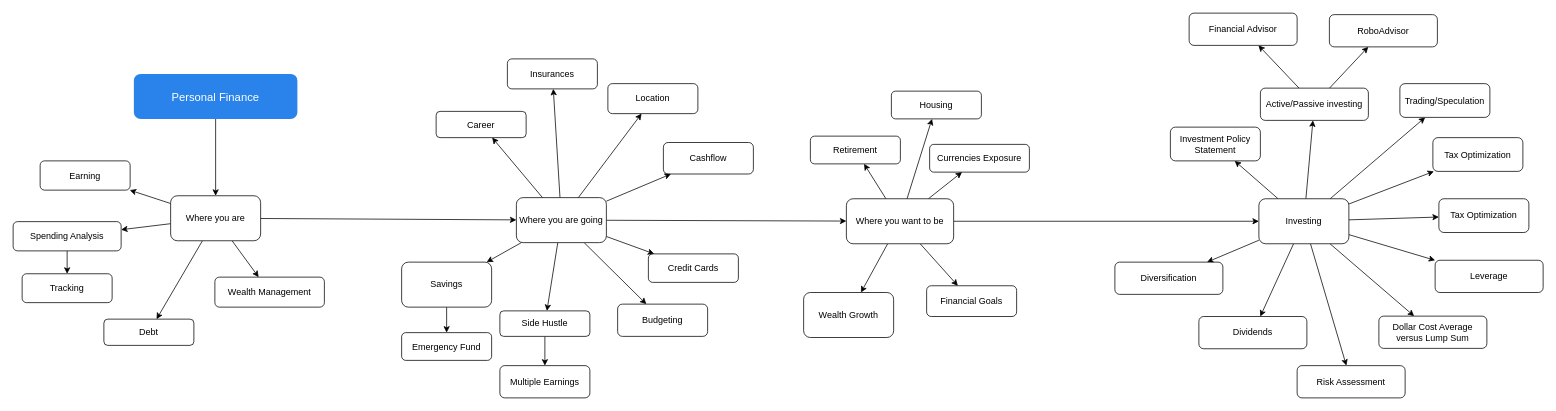
alfonsograziano/personal-blog keeps this draw.io diagram as page "Personal Finance" (3 of 4) of Wellbeing.drawio. Above is the earlier version. Source tidied: cells renumbered, new cells numbered last; positions are measured from the earlier drawing's top-left corner, leaving out a move shared by most shapes. Both pictures are drawn from the tidied source at 75%, with x=0, y=0 at pixel (13, 13).
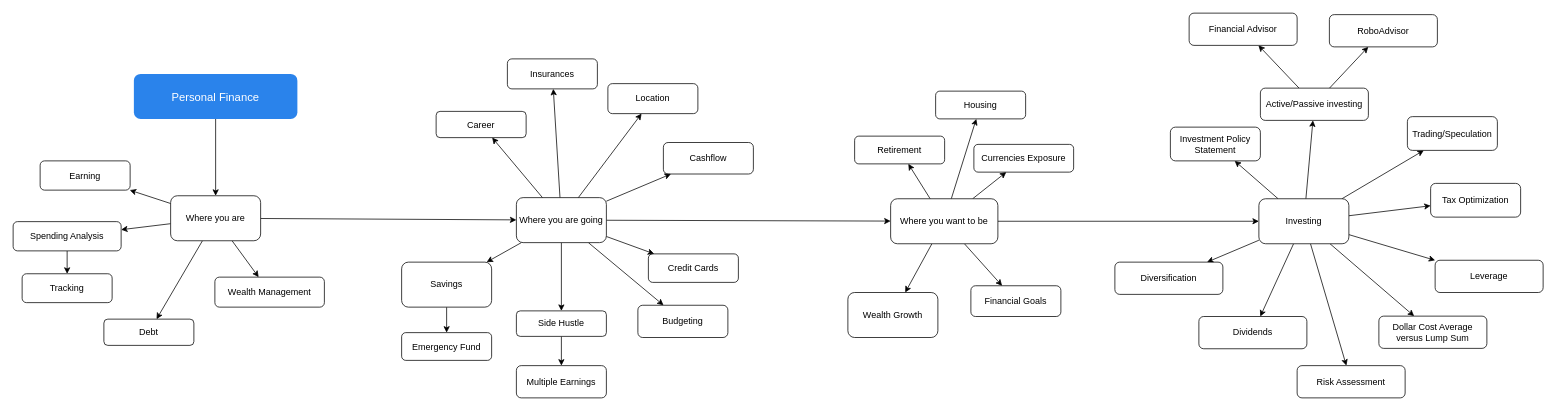
The same page after the edit.

The change refers to these unchanged cells:
```xml
<mxCell id="60" value="Investing" style="rounded=1;whiteSpace=wrap;html=1;" parent="1" vertex="1">
  <mxGeometry x="1661" y="247.5" width="120" height="60" as="geometry" />
</mxCell>
```

Change to the diagram source:
```diff
@@
     <mxCell id="4" value="Budgeting" style="rounded=1;whiteSpace=wrap;html=1;" parent="1" vertex="1">
-      <mxGeometry x="806" y="388" width="120" height="43" as="geometry" />
+      <mxGeometry x="833" y="389.5" width="120" height="43" as="geometry" />
     </mxCell>
@@
     <mxCell id="12" value="Financial Goals" style="rounded=1;whiteSpace=wrap;html=1;" parent="1" vertex="1">
-      <mxGeometry x="1218" y="363.5" width="120" height="41" as="geometry" />
+      <mxGeometry x="1277" y="363.5" width="120" height="41" as="geometry" />
     </mxCell>
     <mxCell id="13" value="Housing" style="rounded=1;whiteSpace=wrap;html=1;" parent="1" vertex="1">
-      <mxGeometry x="1171" y="104" width="120" height="37" as="geometry" />
+      <mxGeometry x="1230" y="104" width="120" height="37" as="geometry" />
     </mxCell>
     <mxCell id="14" value="Retirement" style="rounded=1;whiteSpace=wrap;html=1;" parent="1" vertex="1">
-      <mxGeometry x="1063" y="164" width="120" height="37" as="geometry" />
+      <mxGeometry x="1122" y="164" width="120" height="37" as="geometry" />
     </mxCell>
@@
     <mxCell id="16" value="Currencies Exposure" style="rounded=1;whiteSpace=wrap;html=1;" parent="1" vertex="1">
-      <mxGeometry x="1222" y="175" width="133" height="37" as="geometry" />
+      <mxGeometry x="1281" y="175" width="133" height="37" as="geometry" />
     </mxCell>
@@
     <mxCell id="19" value="Wealth Growth" style="rounded=1;whiteSpace=wrap;html=1;" parent="1" vertex="1">
-      <mxGeometry x="1054" y="372.5" width="120" height="60" as="geometry" />
+      <mxGeometry x="1113" y="372.5" width="120" height="60" as="geometry" />
     </mxCell>
@@
     <mxCell id="21" value="Side Hustle" style="rounded=1;whiteSpace=wrap;html=1;" parent="1" vertex="1">
-      <mxGeometry x="649" y="397" width="120" height="34" as="geometry" />
+      <mxGeometry x="671" y="397" width="120" height="34" as="geometry" />
     </mxCell>
@@
     <mxCell id="45" value="Where you want to be" style="rounded=1;whiteSpace=wrap;html=1;" parent="1" vertex="1">
-      <mxGeometry x="1111" y="247.5" width="143" height="60" as="geometry" />
+      <mxGeometry x="1170" y="247.5" width="143" height="60" as="geometry" />
     </mxCell>
@@
     <mxCell id="49" value="Multiple Earnings" style="rounded=1;whiteSpace=wrap;html=1;" parent="1" vertex="1">
-      <mxGeometry x="649" y="470" width="120" height="43" as="geometry" />
+      <mxGeometry x="671" y="470" width="120" height="43" as="geometry" />
     </mxCell>
@@
-    <mxCell id="55" style="edgeStyle=none;rounded=0;jettySize=auto;html=1;" parent="1" edge="1" source="60" target="70">
-      <mxGeometry relative="1" as="geometry" />
-    </mxCell>
@@
     <mxCell id="64" value="Trading/Speculation" style="rounded=1;whiteSpace=wrap;html=1;" parent="1" vertex="1">
-      <mxGeometry x="1849" y="94" width="120" height="45" as="geometry" />
+      <mxGeometry x="1859" y="138" width="120" height="45" as="geometry" />
     </mxCell>
@@
     <mxCell id="69" value="Tax Optimization" style="rounded=1;whiteSpace=wrap;html=1;" parent="1" vertex="1">
-      <mxGeometry x="1893" y="166" width="120" height="45" as="geometry" />
+      <mxGeometry x="1890" y="227" width="120" height="45" as="geometry" />
     </mxCell>
-    <mxCell id="70" value="Tax Optimization" style="rounded=1;whiteSpace=wrap;html=1;" parent="1" vertex="1">
-      <mxGeometry x="1901" y="247.5" width="120" height="45" as="geometry" />
-    </mxCell>
```
